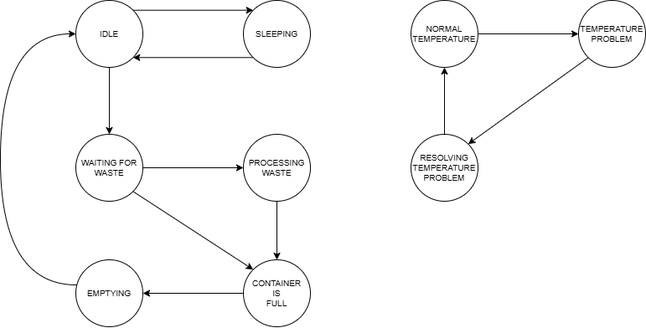
Before: FSM/FSM.png, a diagram exported from draw.io (dieonysus/ESIOT_Assignment_Two). Source tidied: cells renumbered, new cells last; positions are measured from the earlier drawing's top-left corner, leaving out a move shared by most shapes.
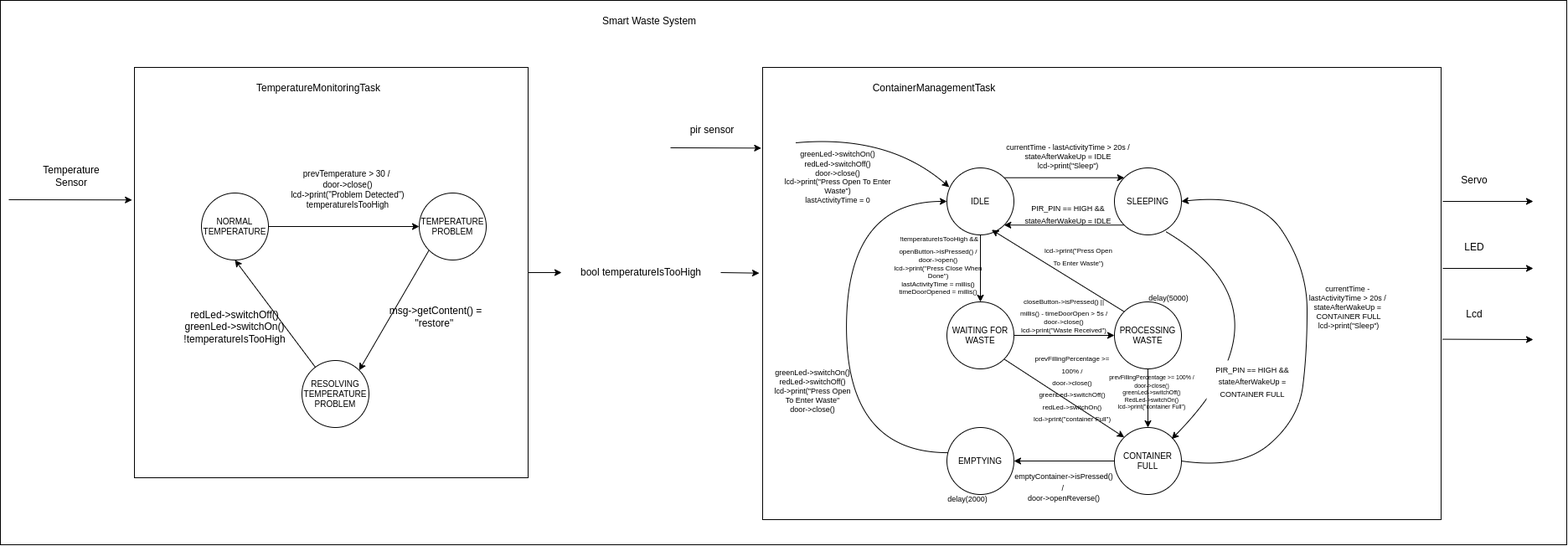
Later version of the same file.

Commit message:
add schema and FSM

What changed in the source:
```diff
@@ -35,14 +35,14 @@
     <mxCell id="12" style="edgeStyle=orthogonalEdgeStyle;curved=1;rounded=0;jettySize=auto;html=1;entryX=1;entryY=0.5;entryDx=0;entryDy=0;" parent="1" edge="1" source="13" target="15">
       <mxGeometry relative="1" as="geometry" />
     </mxCell>
-    <mxCell id="13" value="CONTAINER&lt;div&gt;IS&lt;/div&gt;&lt;div&gt;FULL&lt;/div&gt;" style="ellipse;whiteSpace=wrap;html=1;fontSize=10;" parent="1" vertex="1">
+    <mxCell id="13" value="CONTAINER&lt;div&gt;FULL&lt;/div&gt;" style="ellipse;whiteSpace=wrap;html=1;fontSize=10;" parent="1" vertex="1">
       <mxGeometry x="290" y="310" width="80" height="80" as="geometry" />
     </mxCell>
     <mxCell id="14" style="edgeStyle=orthogonalEdgeStyle;curved=1;rounded=0;jettySize=auto;html=1;entryX=0;entryY=0.5;entryDx=0;entryDy=0;" parent="1" edge="1" source="15" target="4">
       <mxGeometry relative="1" as="geometry">
         <Array as="points">
-          <mxPoint y="340" />
-          <mxPoint y="40" />
+          <mxPoint x="-30" y="340" />
+          <mxPoint x="-30" y="40" />
         </Array>
       </mxGeometry>
     </mxCell>
@@ -53,19 +53,174 @@
       <mxGeometry relative="1" as="geometry" />
     </mxCell>
     <mxCell id="17" value="TEMPERATURE&lt;div&gt;PROBLEM&lt;/div&gt;" style="ellipse;whiteSpace=wrap;html=1;fontSize=10;" parent="1" vertex="1">
-      <mxGeometry x="690" width="80" height="80" as="geometry" />
+      <mxGeometry x="-540" y="30" width="80" height="80" as="geometry" />
     </mxCell>
     <mxCell id="18" style="edgeStyle=none;rounded=0;jettySize=auto;html=1;entryX=0.5;entryY=1;entryDx=0;entryDy=0;" parent="1" edge="1" source="19" target="21">
       <mxGeometry relative="1" as="geometry" />
     </mxCell>
     <mxCell id="19" value="RESOLVING&lt;div&gt;TEMPERATURE&lt;/div&gt;&lt;div&gt;PROBLEM&lt;/div&gt;" style="ellipse;whiteSpace=wrap;html=1;fontSize=10;" parent="1" vertex="1">
-      <mxGeometry x="490" y="160" width="80" height="80" as="geometry" />
+      <mxGeometry x="-680" y="230" width="80" height="80" as="geometry" />
     </mxCell>
     <mxCell id="20" style="edgeStyle=none;rounded=0;jettySize=auto;html=1;exitX=1;exitY=0.5;exitDx=0;exitDy=0;entryX=0;entryY=0.5;entryDx=0;entryDy=0;" parent="1" edge="1" source="21" target="17">
       <mxGeometry relative="1" as="geometry" />
     </mxCell>
     <mxCell id="21" value="NORMAL&lt;div&gt;TEMPERATURE&lt;/div&gt;" style="ellipse;whiteSpace=wrap;html=1;fontSize=10;" parent="1" vertex="1">
-      <mxGeometry x="490" width="80" height="80" as="geometry" />
+      <mxGeometry x="-800" y="30" width="80" height="80" as="geometry" />
     </mxCell>
+    <mxCell id="22" style="endArrow=classic;html=1;rounded=0;entryX=0.668;entryY=0.924;entryDx=0;entryDy=0;entryPerimeter=0;exitX=0;exitY=0;exitDx=0;exitDy=0;" parent="1" edge="1" source="11" target="4">
+      <mxGeometry relative="1" as="geometry" />
+    </mxCell>
+    <mxCell id="23" style="endArrow=classic;html=1;rounded=0;entryX=1;entryY=0.5;entryDx=0;entryDy=0;exitX=1;exitY=0.5;exitDx=0;exitDy=0;curved=1;" parent="1" edge="1" source="13" target="6">
+      <mxGeometry relative="1" as="geometry">
+        <Array as="points">
+          <mxPoint x="440" y="360" />
+          <mxPoint x="510" y="300" />
+          <mxPoint x="520" y="220" />
+          <mxPoint x="520" y="120" />
+          <mxPoint x="460" y="30" />
+        </Array>
+      </mxGeometry>
+    </mxCell>
+    <mxCell id="24" style="endArrow=classic;html=1;rounded=0;entryX=1;entryY=0;entryDx=0;entryDy=0;exitX=0.769;exitY=0.927;exitDx=0;exitDy=0;exitPerimeter=0;curved=1;" parent="1" edge="1">
+      <mxGeometry relative="1" as="geometry">
+        <mxPoint x="351.5" y="76.2" as="sourcePoint" />
+        <mxPoint x="358.3" y="323.8" as="targetPoint" />
+        <Array as="points">
+          <mxPoint x="510" y="170" />
+        </Array>
+      </mxGeometry>
+    </mxCell>
+    <mxCell id="25" value="&lt;span style=&quot;text-wrap-mode: nowrap; font-size: 9px;&quot;&gt;&lt;font style=&quot;font-size: 9px;&quot;&gt;currentTime - lastActivityTime &amp;gt; 20s /&lt;/font&gt;&lt;/span&gt;&lt;div style=&quot;font-size: 9px;&quot;&gt;&lt;span style=&quot;text-wrap-mode: nowrap;&quot;&gt;&lt;font style=&quot;font-size: 9px;&quot;&gt;stateAfterWakeUp = IDLE&lt;/font&gt;&lt;/span&gt;&lt;/div&gt;&lt;div style=&quot;font-size: 9px;&quot;&gt;lcd-&amp;gt;print(&quot;Sleep&quot;)&lt;/div&gt;" style="text;html=1;align=center;verticalAlign=middle;whiteSpace=wrap;rounded=0;" parent="1" vertex="1">
+      <mxGeometry x="170" y="-30" width="130" height="30" as="geometry" />
+    </mxCell>
+    <mxCell id="26" value="&lt;span style=&quot;text-wrap-mode: nowrap; font-size: 9px;&quot;&gt;&lt;font style=&quot;font-size: 9px;&quot;&gt;currentTime -&amp;nbsp;&lt;/font&gt;&lt;/span&gt;&lt;div style=&quot;font-size: 9px;&quot;&gt;&lt;span style=&quot;text-wrap-mode: nowrap;&quot;&gt;&lt;font style=&quot;font-size: 9px;&quot;&gt;lastActivityTime &amp;gt; 20s /&amp;nbsp;&lt;/font&gt;&lt;/span&gt;&lt;/div&gt;&lt;div style=&quot;font-size: 9px;&quot;&gt;&lt;span style=&quot;text-wrap-mode: nowrap;&quot;&gt;&lt;font style=&quot;font-size: 9px;&quot;&gt;stateAfterWakeUp =&amp;nbsp;&lt;/font&gt;&lt;/span&gt;&lt;/div&gt;&lt;div style=&quot;font-size: 9px;&quot;&gt;&lt;span style=&quot;text-wrap-mode: nowrap;&quot;&gt;&lt;font style=&quot;font-size: 9px;&quot;&gt;CONTAINER FULL&lt;/font&gt;&lt;/span&gt;&lt;/div&gt;&lt;div style=&quot;font-size: 9px;&quot;&gt;&lt;span style=&quot;text-wrap-mode: nowrap;&quot;&gt;&lt;font style=&quot;font-size: 9px;&quot;&gt;lcd-&amp;gt;print(&quot;Sleep&quot;)&lt;/font&gt;&lt;/span&gt;&lt;/div&gt;" style="text;html=1;align=center;verticalAlign=middle;whiteSpace=wrap;rounded=0;" parent="1" vertex="1">
+      <mxGeometry x="520" y="140" width="100" height="50" as="geometry" />
+    </mxCell>
+    <mxCell id="27" value="&lt;font style=&quot;font-size: 9px;&quot;&gt;PIR_PIN == HIGH &amp;amp;&amp;amp; stateAfterWakeUp = CONTAINER FULL&lt;/font&gt;" style="text;html=1;align=center;verticalAlign=middle;whiteSpace=wrap;rounded=0;fillColor=default;" parent="1" vertex="1">
+      <mxGeometry x="400" y="230" width="110" height="50" as="geometry" />
+    </mxCell>
+    <mxCell id="28" value="&lt;font style=&quot;font-size: 9px;&quot;&gt;PIR_PIN == HIGH &amp;amp;&amp;amp; stateAfterWakeUp = IDLE&lt;/font&gt;" style="text;html=1;align=center;verticalAlign=middle;whiteSpace=wrap;rounded=0;" parent="1" vertex="1">
+      <mxGeometry x="180" y="30" width="110" height="50" as="geometry" />
+    </mxCell>
+    <mxCell id="29" style="endArrow=classic;html=1;rounded=0;entryX=0.035;entryY=0.288;entryDx=0;entryDy=0;entryPerimeter=0;curved=1;" parent="1" edge="1" target="4">
+      <mxGeometry relative="1" as="geometry">
+        <mxPoint x="-90" y="-30" as="sourcePoint" />
+        <Array as="points">
+          <mxPoint x="20" y="-40" />
+        </Array>
+      </mxGeometry>
+    </mxCell>
+    <mxCell id="30" value="&lt;font style=&quot;font-size: 9px;&quot;&gt;greenLed-&amp;gt;switchOn()&lt;/font&gt;&lt;div style=&quot;font-size: 9px;&quot;&gt;&lt;font style=&quot;font-size: 9px;&quot;&gt;redLed-&amp;gt;switchOff()&lt;/font&gt;&lt;/div&gt;&lt;div style=&quot;font-size: 9px;&quot;&gt;&lt;font style=&quot;font-size: 9px;&quot;&gt;door-&amp;gt;close()&lt;/font&gt;&lt;/div&gt;&lt;div style=&quot;font-size: 9px;&quot;&gt;lcd-&amp;gt;print(&quot;Press Open To Enter Waste&quot;)&lt;/div&gt;&lt;div style=&quot;font-size: 9px;&quot;&gt;lastActivityTime =&amp;nbsp;&lt;span style=&quot;background-color: initial;&quot;&gt;0&lt;/span&gt;&lt;/div&gt;" style="text;html=1;align=center;verticalAlign=middle;whiteSpace=wrap;rounded=0;" parent="1" vertex="1">
+      <mxGeometry x="-120" y="-20" width="160" height="60" as="geometry" />
+    </mxCell>
+    <mxCell id="31" value="&lt;font style=&quot;font-size: 8px;&quot;&gt;&amp;nbsp;!temperatureIsTooHigh &amp;amp;&amp;amp; openButton-&amp;gt;isPressed() /&lt;/font&gt;&lt;div style=&quot;font-size: 8px;&quot;&gt;&lt;font style=&quot;font-size: 8px;&quot;&gt;door-&amp;gt;open()&lt;/font&gt;&lt;/div&gt;&lt;div style=&quot;font-size: 8px;&quot;&gt;&lt;font style=&quot;font-size: 8px;&quot;&gt;lcd-&amp;gt;print(&quot;Press Close When Done&quot;)&lt;/font&gt;&lt;/div&gt;&lt;div style=&quot;font-size: 8px;&quot;&gt;&lt;font style=&quot;font-size: 8px;&quot;&gt;lastActivityTime = millis()&lt;/font&gt;&lt;/div&gt;&lt;div style=&quot;font-size: 8px;&quot;&gt;&lt;font style=&quot;font-size: 8px;&quot;&gt;timeDoorOpened = millis()&lt;/font&gt;&lt;/div&gt;&lt;div style=&quot;font-size: 8px;&quot;&gt;&lt;font style=&quot;font-size: 8px;&quot;&gt;&lt;br&gt;&lt;/font&gt;&lt;/div&gt;" style="text;html=1;align=center;verticalAlign=middle;whiteSpace=wrap;rounded=0;fillColor=none;" parent="1" vertex="1">
+      <mxGeometry x="20" y="90" width="120" height="60" as="geometry" />
+    </mxCell>
+    <mxCell id="32" value="&lt;font style=&quot;font-size: 8px;&quot;&gt;closeButton-&amp;gt;isPressed() || millis() - timeDoorOpen &amp;gt; 5s /&lt;/font&gt;&lt;div style=&quot;font-size: 8px;&quot;&gt;&lt;font style=&quot;font-size: 8px;&quot;&gt;door-&amp;gt;close()&lt;/font&gt;&lt;/div&gt;&lt;div style=&quot;font-size: 8px;&quot;&gt;&lt;font style=&quot;font-size: 8px;&quot;&gt;lcd-&amp;gt;print(&quot;Waste Received&quot;)&lt;/font&gt;&lt;/div&gt;" style="text;html=1;align=center;verticalAlign=middle;whiteSpace=wrap;rounded=0;" parent="1" vertex="1">
+      <mxGeometry x="170" y="150" width="120" height="50" as="geometry" />
+    </mxCell>
+    <mxCell id="33" value="&lt;font style=&quot;font-size: 8px;&quot;&gt;prevFillingPercentage &amp;gt;= 100% /&lt;/font&gt;&lt;div&gt;&lt;font style=&quot;font-size: 8px;&quot;&gt;door-&amp;gt;close()&lt;/font&gt;&lt;/div&gt;&lt;div&gt;&lt;font style=&quot;font-size: 8px;&quot;&gt;greenLed-&amp;gt;switchOff()&lt;/font&gt;&lt;/div&gt;&lt;div&gt;&lt;span style=&quot;font-size: 8px;&quot;&gt;redLed-&amp;gt;switchOn()&lt;/span&gt;&lt;/div&gt;&lt;div&gt;&lt;span style=&quot;font-size: 8px;&quot;&gt;lcd-&amp;gt;print(&quot;container Full&quot;)&lt;/span&gt;&lt;/div&gt;&lt;div&gt;&lt;span style=&quot;font-size: 8px;&quot;&gt;&lt;br&gt;&lt;/span&gt;&lt;/div&gt;" style="text;html=1;align=center;verticalAlign=middle;whiteSpace=wrap;rounded=0;" parent="1" vertex="1">
+      <mxGeometry x="190" y="240" width="100" height="60" as="geometry" />
+    </mxCell>
+    <mxCell id="34" value="&lt;font style=&quot;font-size: 9px;&quot;&gt;emptyContainer-&amp;gt;isPressed() /&amp;nbsp;&lt;/font&gt;&lt;div style=&quot;font-size: 9px;&quot;&gt;&lt;font style=&quot;font-size: 9px;&quot;&gt;door-&amp;gt;openReverse()&lt;/font&gt;&lt;/div&gt;" style="text;html=1;align=center;verticalAlign=middle;whiteSpace=wrap;rounded=0;" parent="1" vertex="1">
+      <mxGeometry x="170" y="360" width="120" height="40" as="geometry" />
+    </mxCell>
+    <mxCell id="35" value="&lt;font style=&quot;font-size: 9px;&quot;&gt;delay(2000)&lt;/font&gt;" style="text;html=1;align=center;verticalAlign=middle;whiteSpace=wrap;rounded=0;" parent="1" vertex="1">
+      <mxGeometry x="70" y="380" width="90" height="30" as="geometry" />
+    </mxCell>
+    <mxCell id="36" value="&lt;font style=&quot;font-size: 9px;&quot;&gt;greenLed-&amp;gt;switchOn()&lt;/font&gt;&lt;div style=&quot;font-size: 9px;&quot;&gt;&lt;font style=&quot;font-size: 9px;&quot;&gt;redLed-&amp;gt;switchOff()&lt;/font&gt;&lt;/div&gt;&lt;div style=&quot;font-size: 9px;&quot;&gt;&lt;font style=&quot;font-size: 9px;&quot;&gt;lcd-&amp;gt;print(&quot;Press Open To Enter Waste&quot;&lt;/font&gt;&lt;/div&gt;&lt;div style=&quot;font-size: 9px;&quot;&gt;&lt;font style=&quot;font-size: 9px;&quot;&gt;door-&amp;gt;close()&lt;/font&gt;&lt;/div&gt;" style="text;html=1;align=center;verticalAlign=middle;whiteSpace=wrap;rounded=0;" parent="1" vertex="1">
+      <mxGeometry x="-120" y="240" width="100" height="50" as="geometry" />
+    </mxCell>
+    <mxCell id="37" value="&lt;font style=&quot;font-size: 9px;&quot;&gt;delay(5000)&lt;/font&gt;" style="text;html=1;align=center;verticalAlign=middle;whiteSpace=wrap;rounded=0;" parent="1" vertex="1">
+      <mxGeometry x="310" y="140" width="90" height="30" as="geometry" />
+    </mxCell>
+    <mxCell id="38" value="&lt;font style=&quot;font-size: 8px;&quot;&gt;lcd-&amp;gt;print(&quot;Press Open To Enter Waste&quot;)&lt;/font&gt;" style="text;html=1;align=center;verticalAlign=middle;whiteSpace=wrap;rounded=0;" parent="1" vertex="1">
+      <mxGeometry x="205" y="80" width="85" height="50" as="geometry" />
+    </mxCell>
+    <mxCell id="39" value="&lt;font style=&quot;font-size: 10px;&quot;&gt;prevTemperature &amp;gt; 30 /&amp;nbsp;&lt;/font&gt;&lt;div style=&quot;font-size: 10px;&quot;&gt;&lt;font style=&quot;font-size: 10px;&quot;&gt;door-&amp;gt;close()&lt;/font&gt;&lt;/div&gt;&lt;div style=&quot;font-size: 10px;&quot;&gt;&lt;font style=&quot;font-size: 10px;&quot;&gt;lcd-&amp;gt;print(&quot;Problem Detected&quot;)&lt;/font&gt;&lt;/div&gt;&lt;div style=&quot;font-size: 10px;&quot;&gt;&lt;font style=&quot;font-size: 10px;&quot;&gt;temperatureIsTooHigh&lt;/font&gt;&lt;/div&gt;" style="text;html=1;align=center;verticalAlign=middle;whiteSpace=wrap;rounded=0;" parent="1" vertex="1">
+      <mxGeometry x="-700" width="150" height="50" as="geometry" />
+    </mxCell>
+    <mxCell id="40" value="msg-&amp;gt;getContent() = &quot;restore&quot;&amp;nbsp;" style="text;html=1;align=center;verticalAlign=middle;whiteSpace=wrap;rounded=0;" parent="1" vertex="1">
+      <mxGeometry x="-590" y="145" width="140" height="65" as="geometry" />
+    </mxCell>
+    <mxCell id="41" value="&lt;div&gt;redLed-&amp;gt;switchOff()&lt;/div&gt;&lt;div&gt;greenLed-&amp;gt;switchOn()&lt;/div&gt;&lt;div&gt;!temperatureIsTooHigh&lt;/div&gt;" style="text;html=1;align=center;verticalAlign=middle;whiteSpace=wrap;rounded=0;" parent="1" vertex="1">
+      <mxGeometry x="-830" y="170" width="140" height="40" as="geometry" />
+    </mxCell>
+    <mxCell id="42" value="&lt;font style=&quot;font-size: 7px;&quot;&gt;prevFillingPercentage &amp;gt;= 100% /&lt;/font&gt;&lt;div style=&quot;font-size: 7px;&quot;&gt;&lt;font style=&quot;font-size: 7px;&quot;&gt;door-&amp;gt;close()&lt;/font&gt;&lt;/div&gt;&lt;div style=&quot;font-size: 7px;&quot;&gt;&lt;font style=&quot;font-size: 7px;&quot;&gt;greenLed-&amp;gt;switchOff()&lt;/font&gt;&lt;/div&gt;&lt;div style=&quot;font-size: 7px;&quot;&gt;&lt;font style=&quot;font-size: 7px;&quot;&gt;RedLed-&amp;gt;switchOn()&lt;/font&gt;&lt;/div&gt;&lt;div style=&quot;font-size: 7px;&quot;&gt;&lt;font style=&quot;font-size: 7px;&quot;&gt;lcd-&amp;gt;print(&quot;container Full&quot;)&lt;/font&gt;&lt;/div&gt;&lt;div style=&quot;font-size: 7px;&quot;&gt;&lt;span style=&quot;&quot;&gt;&lt;br&gt;&lt;/span&gt;&lt;/div&gt;" style="text;html=1;align=center;verticalAlign=middle;whiteSpace=wrap;rounded=0;" parent="1" vertex="1">
+      <mxGeometry x="280" y="240" width="110" height="60" as="geometry" />
+    </mxCell>
+    <mxCell id="43" value="ContainerManagementTask" style="text;html=1;align=center;verticalAlign=middle;whiteSpace=wrap;rounded=0;" parent="1" vertex="1">
+      <mxGeometry x="-20" y="-110" width="190" height="30" as="geometry" />
+    </mxCell>
+    <mxCell id="44" value="TemperatureMonitoringTask" style="text;html=1;align=center;verticalAlign=middle;whiteSpace=wrap;rounded=0;" parent="1" vertex="1">
+      <mxGeometry x="-750" y="-110" width="180" height="30" as="geometry" />
+    </mxCell>
+    <mxCell id="45" value="bool temperatureIsTooHigh" style="text;html=1;align=center;verticalAlign=middle;whiteSpace=wrap;rounded=0;" parent="1" vertex="1">
+      <mxGeometry x="-370" y="110" width="190" height="30" as="geometry" />
+    </mxCell>
+    <mxCell id="46" style="rounded=0;whiteSpace=wrap;html=1;fillColor=none;" parent="1" vertex="1">
+      <mxGeometry x="-880" y="-120" width="470" height="490" as="geometry" />
+    </mxCell>
+    <mxCell id="47" style="endArrow=classic;html=1;rounded=0;exitX=1;exitY=0.5;exitDx=0;exitDy=0;entryX=0;entryY=0.5;entryDx=0;entryDy=0;" parent="1" edge="1" source="46" target="45">
+      <mxGeometry relative="1" as="geometry" />
+    </mxCell>
+    <mxCell id="48" style="endArrow=classic;html=1;rounded=0;exitX=1;exitY=0.5;exitDx=0;exitDy=0;entryX=-0.005;entryY=0.431;entryDx=0;entryDy=0;entryPerimeter=0;" parent="1" edge="1" source="45">
+      <mxGeometry relative="1" as="geometry">
+        <mxPoint x="-134" y="125.7" as="targetPoint" />
+      </mxGeometry>
+    </mxCell>
+    <mxCell id="49" style="endArrow=classic;html=1;rounded=0;entryX=-0.006;entryY=0.323;entryDx=0;entryDy=0;entryPerimeter=0;" parent="1" edge="1" target="46">
+      <mxGeometry relative="1" as="geometry">
+        <mxPoint x="-1030" y="38" as="sourcePoint" />
+      </mxGeometry>
+    </mxCell>
+    <mxCell id="50" value="Temperature Sensor" style="text;html=1;align=center;verticalAlign=middle;whiteSpace=wrap;rounded=0;" parent="1" vertex="1">
+      <mxGeometry x="-1010" y="-5" width="110" height="30" as="geometry" />
+    </mxCell>
+    <mxCell id="51" style="endArrow=classic;html=1;rounded=0;" parent="1" edge="1">
+      <mxGeometry relative="1" as="geometry">
+        <mxPoint x="682" y="40" as="sourcePoint" />
+        <mxPoint x="790" y="40" as="targetPoint" />
+      </mxGeometry>
+    </mxCell>
+    <mxCell id="52" value="Servo" style="text;html=1;align=center;verticalAlign=middle;whiteSpace=wrap;rounded=0;" parent="1" vertex="1">
+      <mxGeometry x="690" width="60" height="30" as="geometry" />
+    </mxCell>
+    <mxCell id="53" style="endArrow=classic;html=1;rounded=0;" parent="1" edge="1">
+      <mxGeometry relative="1" as="geometry">
+        <mxPoint x="682" y="120" as="sourcePoint" />
+        <mxPoint x="790" y="120" as="targetPoint" />
+      </mxGeometry>
+    </mxCell>
+    <mxCell id="54" value="LED" style="text;html=1;align=center;verticalAlign=middle;whiteSpace=wrap;rounded=0;" parent="1" vertex="1">
+      <mxGeometry x="690" y="80" width="60" height="30" as="geometry" />
+    </mxCell>
+    <mxCell id="55" style="endArrow=classic;html=1;rounded=0;exitX=1.002;exitY=0.572;exitDx=0;exitDy=0;exitPerimeter=0;" parent="1" edge="1">
+      <mxGeometry relative="1" as="geometry">
+        <mxPoint x="681.6" y="204.6" as="sourcePoint" />
+        <mxPoint x="790" y="205" as="targetPoint" />
+      </mxGeometry>
+    </mxCell>
+    <mxCell id="56" value="Lcd" style="text;html=1;align=center;verticalAlign=middle;whiteSpace=wrap;rounded=0;" parent="1" vertex="1">
+      <mxGeometry x="690" y="160" width="60" height="30" as="geometry" />
+    </mxCell>
+    <mxCell id="57" style="endArrow=classic;html=1;rounded=0;entryX=-0.002;entryY=0.157;entryDx=0;entryDy=0;entryPerimeter=0;" parent="1" edge="1">
+      <mxGeometry relative="1" as="geometry">
+        <mxPoint x="-240" y="-24" as="sourcePoint" />
+        <mxPoint x="-131.6" y="-23.6" as="targetPoint" />
+      </mxGeometry>
+    </mxCell>
+    <mxCell id="58" value="pir sensor" style="text;html=1;align=center;verticalAlign=middle;whiteSpace=wrap;rounded=0;" parent="1" vertex="1">
+      <mxGeometry x="-220" y="-60" width="60" height="30" as="geometry" />
+    </mxCell>
+    <mxCell id="59" style="rounded=0;whiteSpace=wrap;html=1;fillColor=none;" parent="1" vertex="1">
+      <mxGeometry x="-130" y="-120" width="810" height="540" as="geometry" />
+    </mxCell>
+    <mxCell id="60" value="Smart Waste System" style="text;html=1;align=center;verticalAlign=middle;whiteSpace=wrap;rounded=0;" parent="1" vertex="1">
+      <mxGeometry x="-360" y="-190" width="190" height="30" as="geometry" />
+    </mxCell>
+    <mxCell id="61" style="rounded=0;whiteSpace=wrap;html=1;fillColor=none;" parent="1" vertex="1">
+      <mxGeometry x="-1040" y="-200" width="1870" height="650" as="geometry" />
+    </mxCell>
   </root>
 </mxGraphModel>
```
